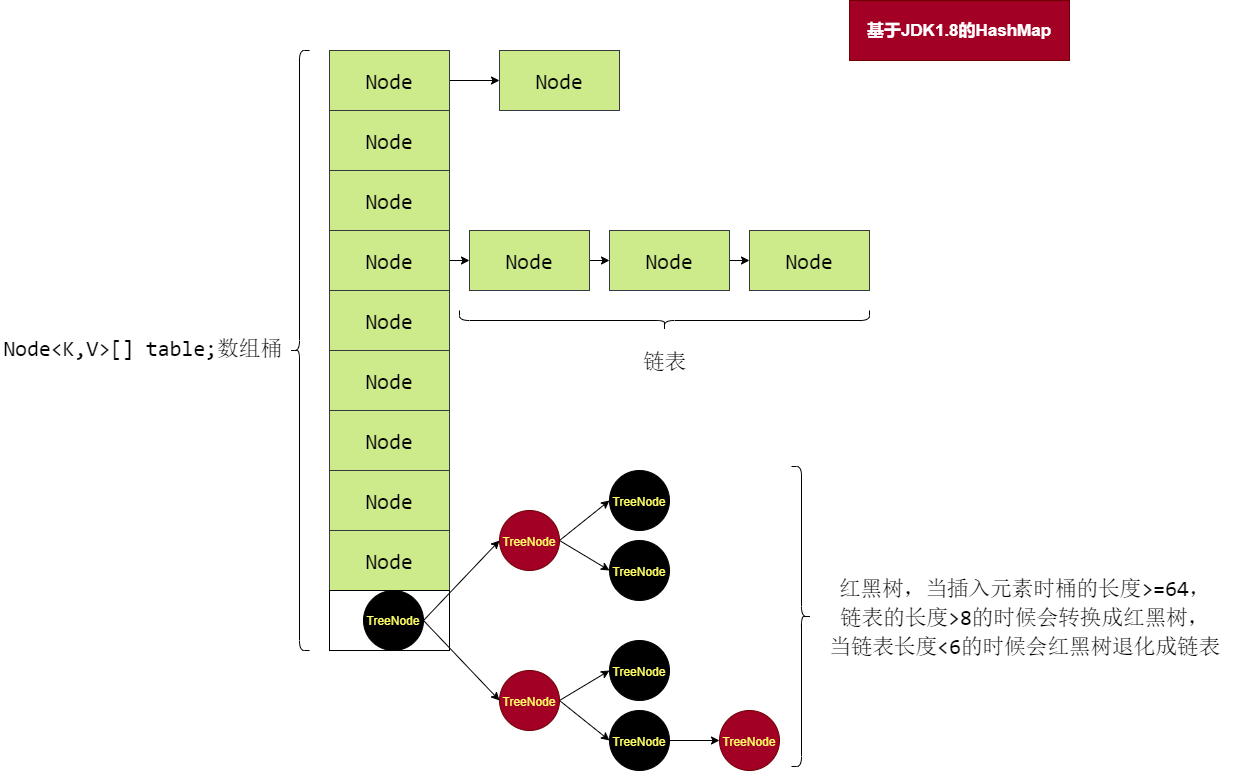
qinguan1/qinguan1.github.io keeps this draw.io diagram as docs/assets/img/qinguan/HashMap结构图.png. Above is the earlier version. Source tidied: cells renumbered, new cells last; positions are measured from the earlier drawing's top-left corner, leaving out a move shared by most shapes.
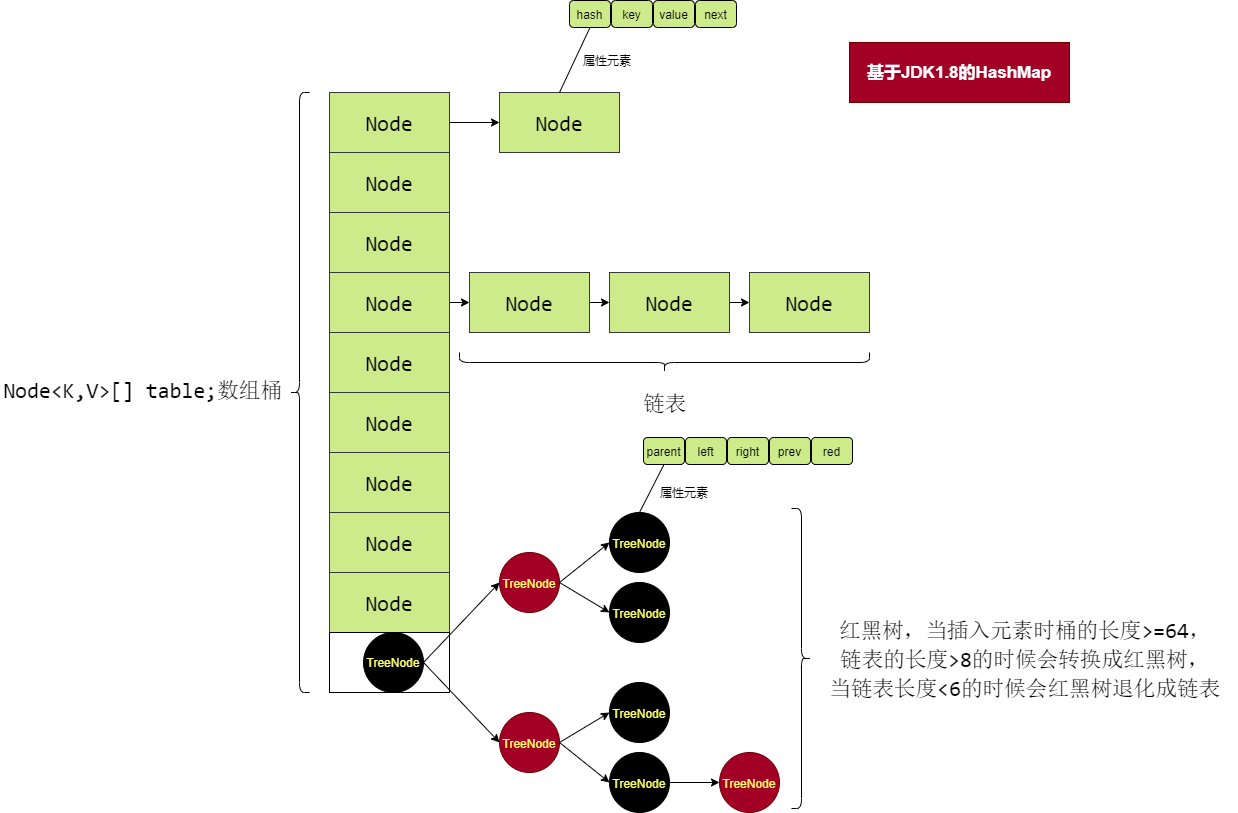
After the change.

Commit message:
图片的修改，内容的补充

Diff of the diagram source:
```diff
@@ -152,5 +152,44 @@
     <mxCell id="51" value="&lt;pre style=&quot;margin-top: 0px; margin-bottom: 0px; font-size: 0.9em; overflow: auto; background-image: initial; background-position: initial; background-size: initial; background-repeat: initial; background-attachment: initial; background-origin: initial; background-clip: initial; border-radius: 4px;&quot;&gt;&lt;pre style=&quot;font-size: 12px ; margin-top: 0px ; margin-bottom: 0px ; overflow: auto ; border-radius: 4px&quot;&gt;&lt;pre style=&quot;font-size: 24px; font-weight: 700; margin-top: 0px; margin-bottom: 0px; overflow: auto; border-radius: 4px;&quot;&gt;&lt;font face=&quot;menlo, monaco, consolas, andale mono, lucida console, courier new, monospace&quot;&gt;&lt;span style=&quot;font-size: 21.6px ; font-weight: 400&quot;&gt;Node&lt;/span&gt;&lt;/font&gt;&lt;/pre&gt;&lt;/pre&gt;&lt;/pre&gt;" style="rounded=0;whiteSpace=wrap;html=1;labelBackgroundColor=none;fillColor=#cdeb8b;strokeColor=#36393d;fontColor=#000000;" parent="1" vertex="1">
       <mxGeometry x="609" y="230" width="120" height="60" as="geometry" />
     </mxCell>
+    <mxCell id="52" value="hash" style="rounded=1;whiteSpace=wrap;html=1;fillColor=#CDEB8B;fontColor=#000000;" parent="1" vertex="1">
+      <mxGeometry x="569" y="-42" width="41" height="27" as="geometry" />
+    </mxCell>
+    <mxCell id="53" value="key" style="rounded=1;whiteSpace=wrap;html=1;fillColor=#CDEB8B;gradientColor=none;fontColor=#000000;" parent="1" vertex="1">
+      <mxGeometry x="611" y="-42" width="41" height="27" as="geometry" />
+    </mxCell>
+    <mxCell id="54" value="value" style="rounded=1;whiteSpace=wrap;html=1;fillColor=#CDEB8B;fontColor=#000000;" parent="1" vertex="1">
+      <mxGeometry x="653" y="-42" width="41" height="27" as="geometry" />
+    </mxCell>
+    <mxCell id="55" value="next" style="rounded=1;whiteSpace=wrap;html=1;fillColor=#CDEB8B;fontColor=#000000;" parent="1" vertex="1">
+      <mxGeometry x="695" y="-42" width="41" height="27" as="geometry" />
+    </mxCell>
+    <mxCell id="56" style="endArrow=none;html=1;entryX=0.5;entryY=1;entryDx=0;entryDy=0;exitX=0.5;exitY=0;exitDx=0;exitDy=0;" parent="1" edge="1" source="12" target="52">
+      <mxGeometry relative="1" as="geometry" />
+    </mxCell>
+    <mxCell id="57" value="parent" style="rounded=1;whiteSpace=wrap;html=1;fillColor=#CDEB8B;fontColor=#000000;" parent="1" vertex="1">
+      <mxGeometry x="643" y="395" width="41" height="27" as="geometry" />
+    </mxCell>
+    <mxCell id="58" value="left" style="rounded=1;whiteSpace=wrap;html=1;fillColor=#CDEB8B;gradientColor=none;fontColor=#000000;" parent="1" vertex="1">
+      <mxGeometry x="685" y="395" width="41" height="27" as="geometry" />
+    </mxCell>
+    <mxCell id="59" value="right" style="rounded=1;whiteSpace=wrap;html=1;fillColor=#CDEB8B;fontColor=#000000;" parent="1" vertex="1">
+      <mxGeometry x="727" y="395" width="41" height="27" as="geometry" />
+    </mxCell>
+    <mxCell id="60" value="prev" style="rounded=1;whiteSpace=wrap;html=1;fillColor=#CDEB8B;fontColor=#000000;" parent="1" vertex="1">
+      <mxGeometry x="769" y="395" width="41" height="27" as="geometry" />
+    </mxCell>
+    <mxCell id="61" value="red" style="rounded=1;whiteSpace=wrap;html=1;fillColor=#CDEB8B;fontColor=#000000;" parent="1" vertex="1">
+      <mxGeometry x="811" y="395" width="41" height="27" as="geometry" />
+    </mxCell>
+    <mxCell id="62" style="endArrow=none;html=1;fontColor=#000000;entryX=0.5;entryY=1;entryDx=0;entryDy=0;exitX=0.5;exitY=0;exitDx=0;exitDy=0;" parent="1" edge="1" source="34" target="57">
+      <mxGeometry relative="1" as="geometry" />
+    </mxCell>
+    <mxCell id="63" value="属性元素" style="text;html=1;strokeColor=none;fillColor=none;align=center;verticalAlign=middle;whiteSpace=wrap;rounded=0;fontColor=#000000;" parent="1" vertex="1">
+      <mxGeometry x="577" y="3" width="60" height="30" as="geometry" />
+    </mxCell>
+    <mxCell id="64" value="属性元素" style="text;html=1;strokeColor=none;fillColor=none;align=center;verticalAlign=middle;whiteSpace=wrap;rounded=0;fontColor=#000000;" parent="1" vertex="1">
+      <mxGeometry x="654" y="435" width="60" height="30" as="geometry" />
+    </mxCell>
   </root>
 </mxGraphModel>
```
